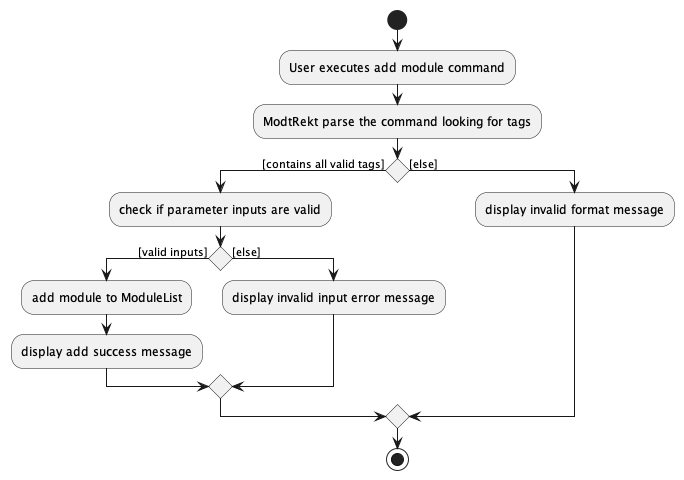
Earlier version of the PlantUML export docs/images/ModulePUMLs/AddModule/ModuleAddPathExecution.png (nus-cs2103-AY2223S1/tp).
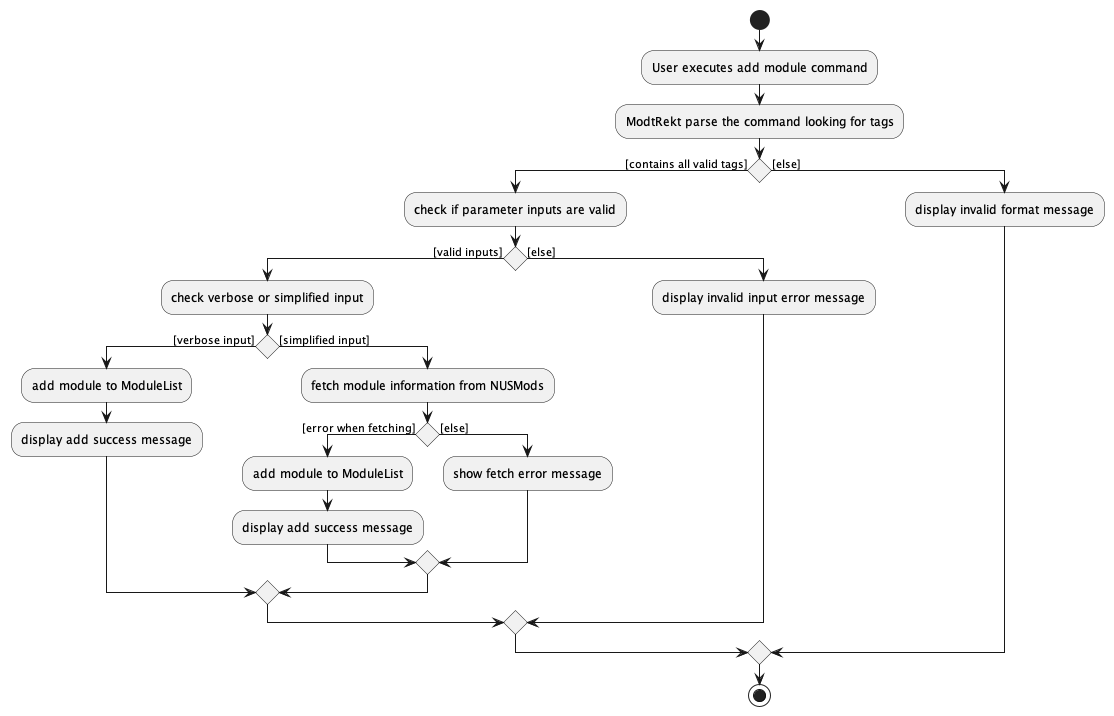
The same diagram one commit later.

What changed in the source:
```diff
@@ -7,8 +7,20 @@
 if () then ([contains all valid tags])
     :check if parameter inputs are valid;
     if () then ([valid inputs])
-        :add module to ModuleList;
-        :display add success message;
+
+        :check verbose or simplified input;
+        if () then ([verbose input])
+            :add module to ModuleList;
+            :display add success message;
+        else ([simplified input])
+            :fetch module information from NUSMods;
+            if () then ([error when fetching])
+                :add module to ModuleList;
+                :display add success message;
+            else ([else])
+                :show fetch error message;
+            endif
+        endif
     else ([else])
         :display invalid input error message;
     endif
```
